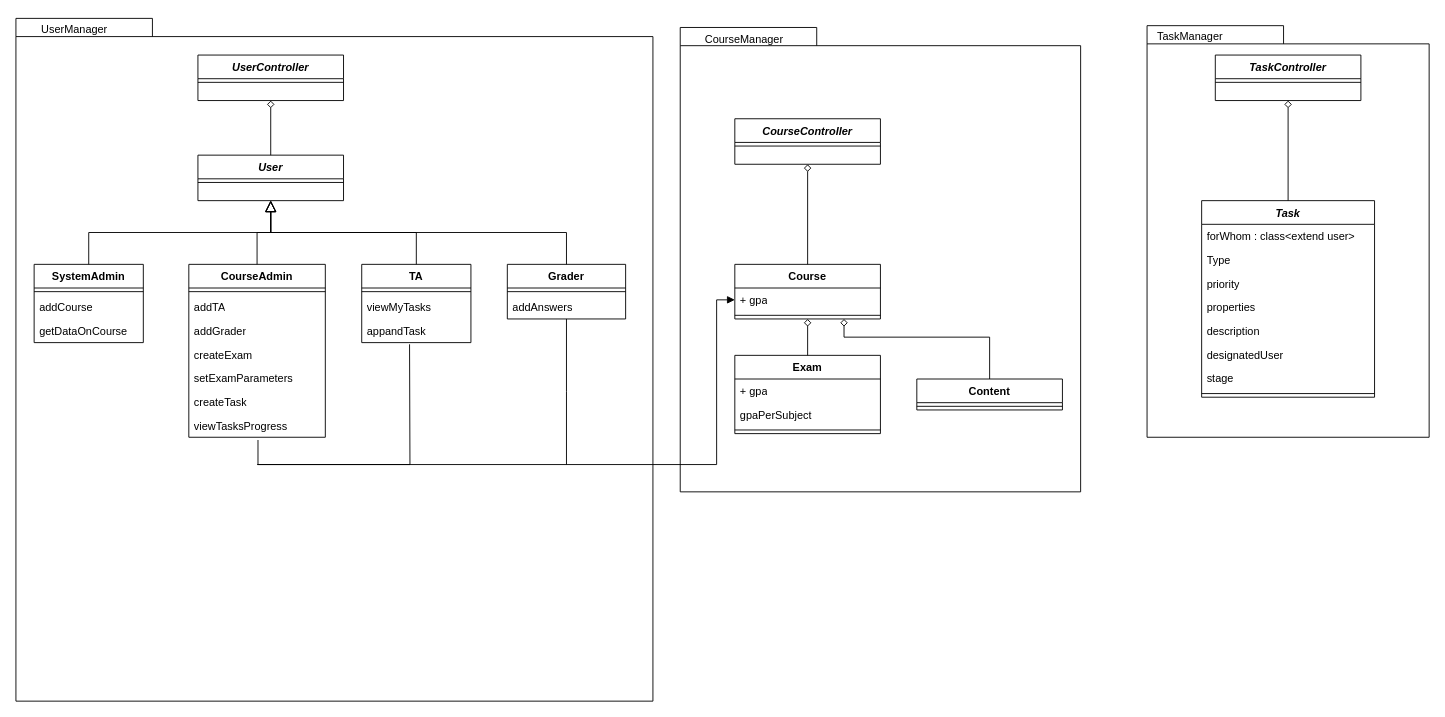
This is page "Page-1" (1 of 2) of docs/diagram.drawio from RoiTief/Exam-Management-System, a draw.io file, before an edit. Source tidied: cells renumbered, new cells numbered last; positions are measured from the earlier drawing's top-left corner, leaving out a move shared by most shapes. Both pictures are drawn from the tidied source at 91%, with x=0, y=0 at pixel (15, 15).
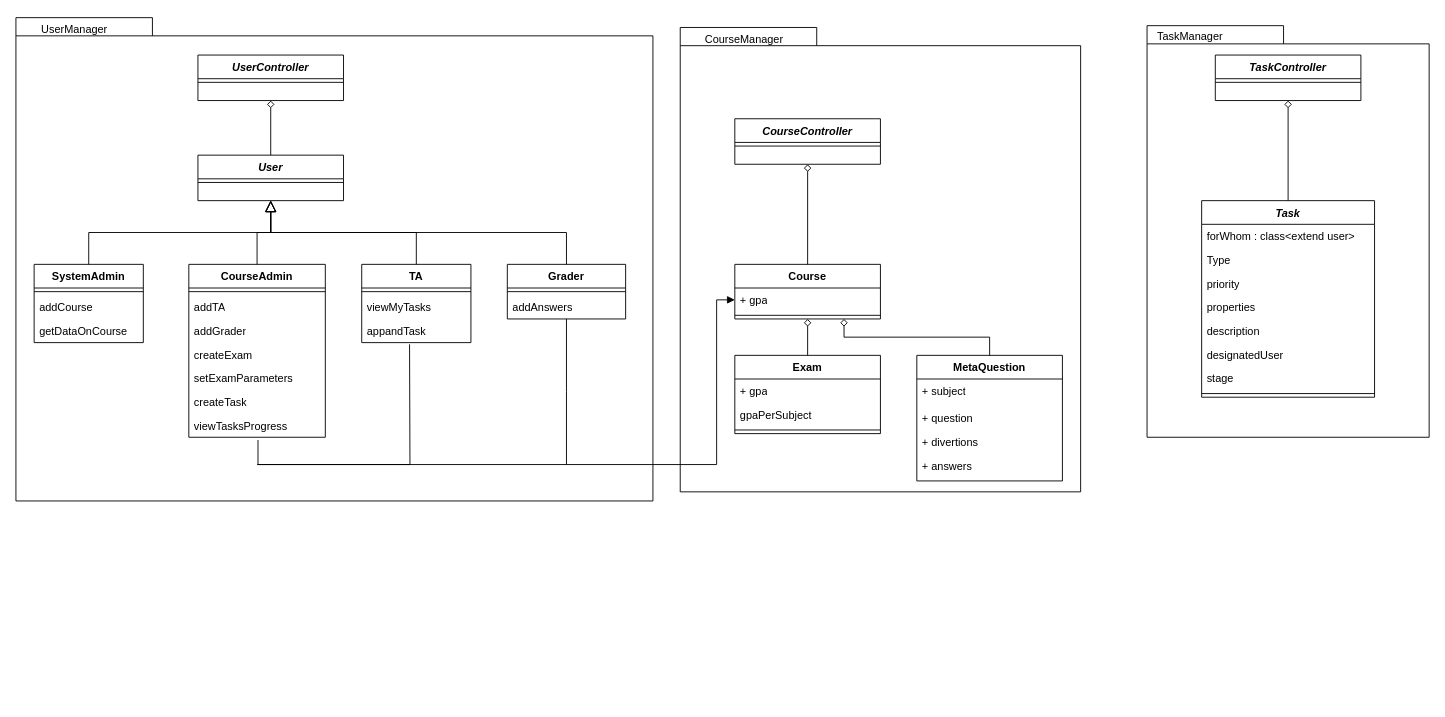
After the change.

Commit message:
[base_code] added diagram

Branch: [base_code]

Change to the diagram source:
```diff
@@
     <mxCell id="6" style="group;" parent="1" vertex="1">
-      <mxGeometry width="700" height="753" as="geometry" />
+      <mxGeometry width="700" height="533" as="geometry" />
     </mxCell>
     <mxCell id="7" style="shape=folder;fontStyle=1;spacingTop=10;tabWidth=150;tabHeight=20;tabPosition=left;html=1;whiteSpace=wrap;" parent="6" vertex="1">
-      <mxGeometry y="2.7" width="700" height="750.3" as="geometry" />
+      <mxGeometry y="1.9" width="700" height="531.1" as="geometry" />
     </mxCell>
@@
-    <mxCell id="63" value="Content" style="swimlane;fontStyle=1;align=center;verticalAlign=top;horizontal=1;startSize=26;whiteSpace=wrap;html=1;" parent="1" vertex="1">
-      <mxGeometry x="990" y="399" width="160" height="34" as="geometry" />
+    <mxCell id="63" value="MetaQuestion" style="swimlane;fontStyle=1;align=center;verticalAlign=top;horizontal=1;startSize=26;whiteSpace=wrap;html=1;" parent="1" vertex="1">
+      <mxGeometry x="990" y="373" width="160" height="138" as="geometry" />
     </mxCell>
-    <mxCell id="64" style="line;strokeWidth=1;fillColor=none;align=left;verticalAlign=middle;spacingTop=-1;spacingLeft=3;spacingRight=3;labelPosition=right;strokeColor=inherit;" parent="63" vertex="1">
-      <mxGeometry y="26" width="160" height="8" as="geometry" />
-    </mxCell>
+    <mxCell id="66" value="+ subject" style="text;strokeColor=none;fillColor=none;align=left;verticalAlign=top;spacingLeft=4;spacingRight=4;overflow=hidden;whiteSpace=wrap;html=1;" parent="63" vertex="1">
+      <mxGeometry y="26" width="160" height="30" as="geometry" />
+    </mxCell>
+    <mxCell id="67" value="+ question" style="text;strokeColor=none;fillColor=none;align=left;verticalAlign=top;spacingLeft=4;spacingRight=4;overflow=hidden;whiteSpace=wrap;html=1;" parent="63" vertex="1">
+      <mxGeometry y="56" width="160" height="26" as="geometry" />
+    </mxCell>
+    <mxCell id="68" value="+ divertions" style="text;strokeColor=none;fillColor=none;align=left;verticalAlign=top;spacingLeft=4;spacingRight=4;overflow=hidden;whiteSpace=wrap;html=1;" parent="63" vertex="1">
+      <mxGeometry y="82" width="160" height="26" as="geometry" />
+    </mxCell>
+    <mxCell id="69" value="+ answers" style="text;strokeColor=none;fillColor=none;align=left;verticalAlign=top;spacingLeft=4;spacingRight=4;overflow=hidden;whiteSpace=wrap;html=1;" parent="63" vertex="1">
+      <mxGeometry y="108" width="160" height="30" as="geometry" />
+    </mxCell>
```
